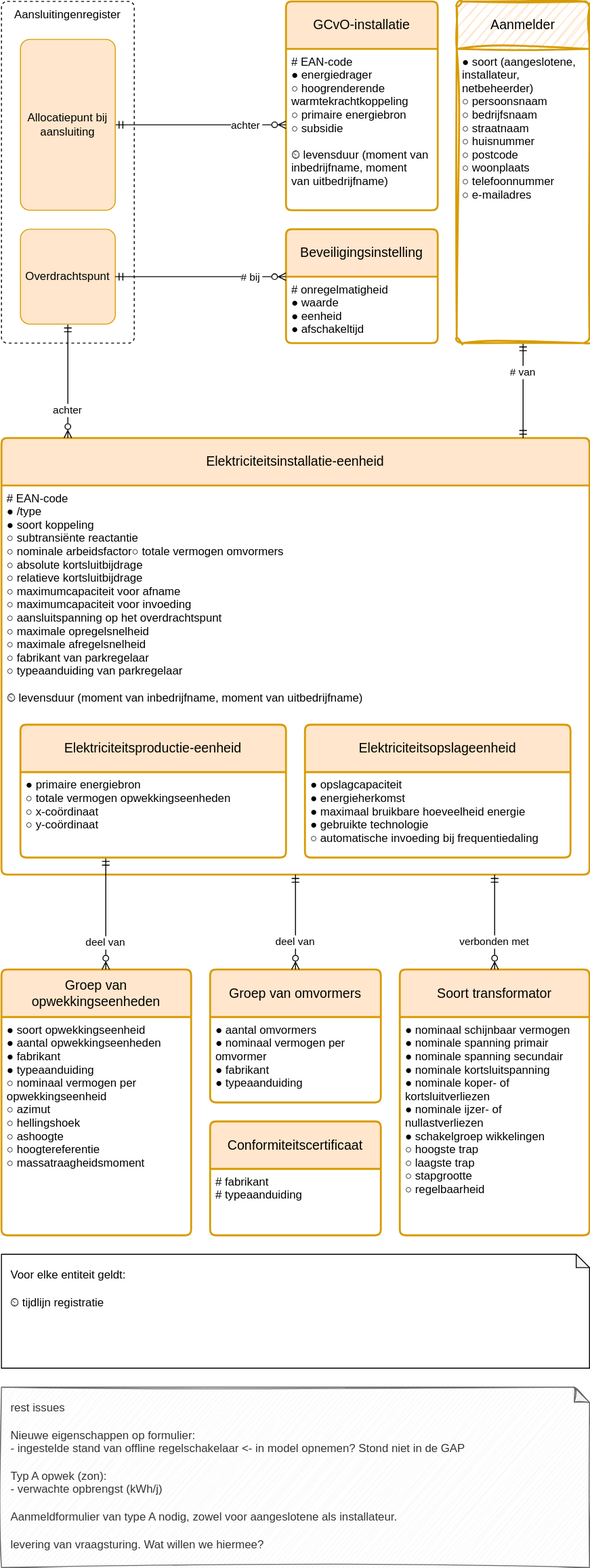
Above: registers/installatieregister/1.0/installatieregister.drawio.svg in Netbeheer-Nederland/stelsel (draw.io), before the change. Source tidied: cells renumbered, new cells last; positions are measured from the earlier drawing's top-left corner, leaving out a move shared by most shapes.
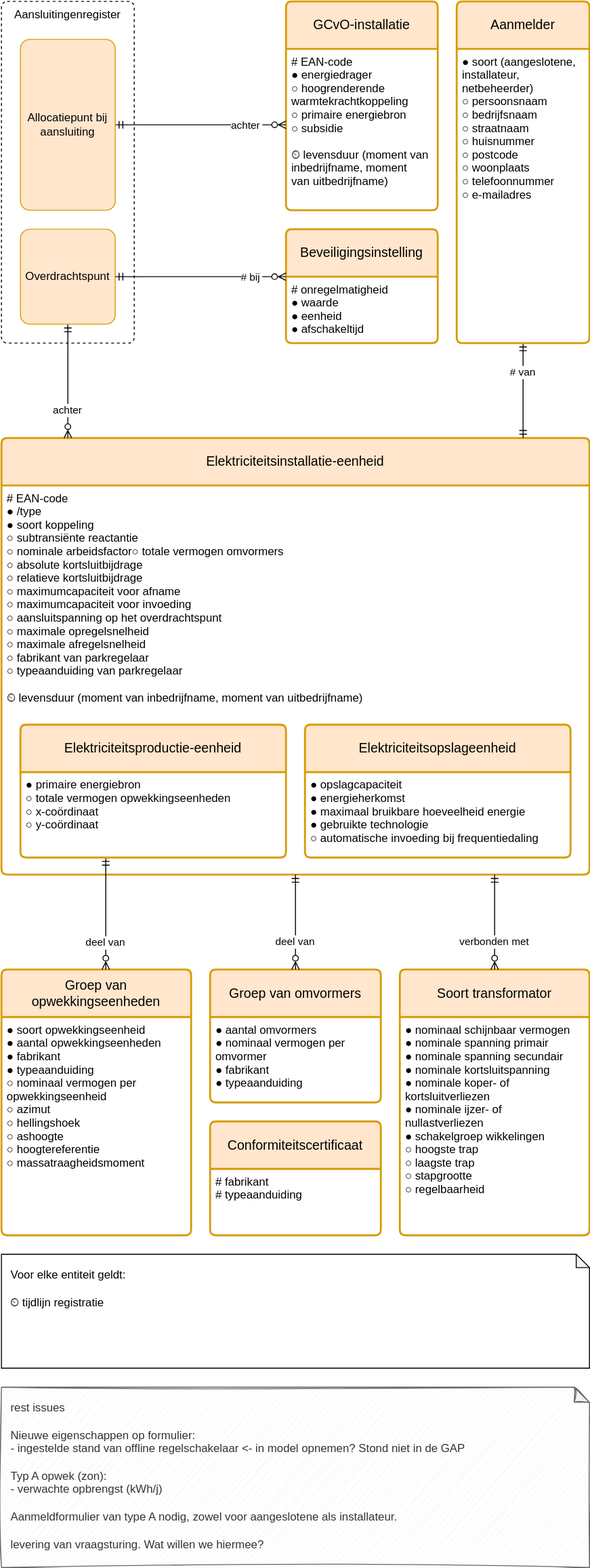
The same file after the commit.

Commit message:
aanmelder van sketch naar vast

The edit, as a diff of the source:
```diff
@@ -92,7 +92,7 @@
     <mxCell id="31" value="# van" style="edgeStyle=elbowEdgeStyle;endArrow=ERmandOne;endFill=0;startArrow=ERmandOne;startFill=0;align=center;" parent="1" edge="1" source="32" target="6">
       <mxGeometry x="-0.4" relative="1" as="geometry" />
     </mxCell>
-    <mxCell id="32" value="Aanmelder" style="swimlane;horizontal=1;startSize=50;rounded=1;fontSize=14;fontStyle=0;strokeWidth=2;shadow=0;dashed=0;align=center;fillColor=#ffe6cc;strokeColor=#d79b00;arcSize=4;whiteSpace=wrap;spacing=10;sketch=1;curveFitting=1;jiggle=2;" parent="1" vertex="1">
+    <mxCell id="32" value="Aanmelder" style="swimlane;horizontal=1;startSize=50;rounded=1;fontSize=14;fontStyle=0;strokeWidth=2;shadow=0;dashed=0;align=center;fillColor=#ffe6cc;strokeColor=#d79b00;arcSize=4;whiteSpace=wrap;spacing=10;" parent="1" vertex="1">
       <mxGeometry x="480" width="140" height="360" as="geometry" />
     </mxCell>
     <mxCell id="33" value="● soort (aangeslotene,&#10;   installateur,&#10;   netbeheerder)&#10;○ persoonsnaam &#10;○ bedrijfsnaam &#10;○ straatnaam&#10;○ huisnummer&#10;○ postcode&#10;○ woonplaats&#10;○ telefoonnummer&#10;○ e-mailadres" style="align=left;strokeColor=none;fillColor=none;spacingLeft=4;fontSize=12;verticalAlign=top;" parent="32" vertex="1">
```
